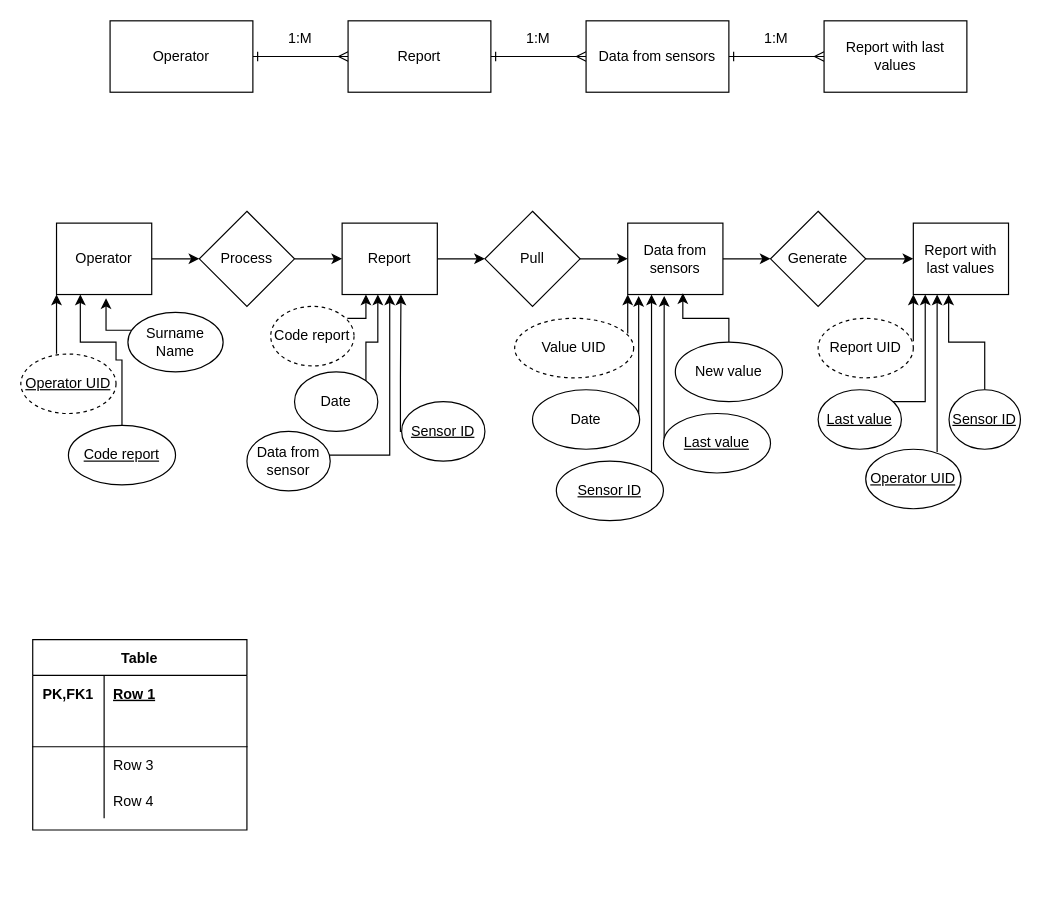
KrolikOVSky/Draw.io keeps this draw.io diagram as Lab3_CMT.drawio. Above is the earlier version. Source tidied: cells renumbered, new cells numbered last; positions are measured from the earlier drawing's top-left corner, leaving out a move shared by most shapes. Both pictures are drawn from the tidied source at 119%, with x=0, y=0 at pixel (20, 20).
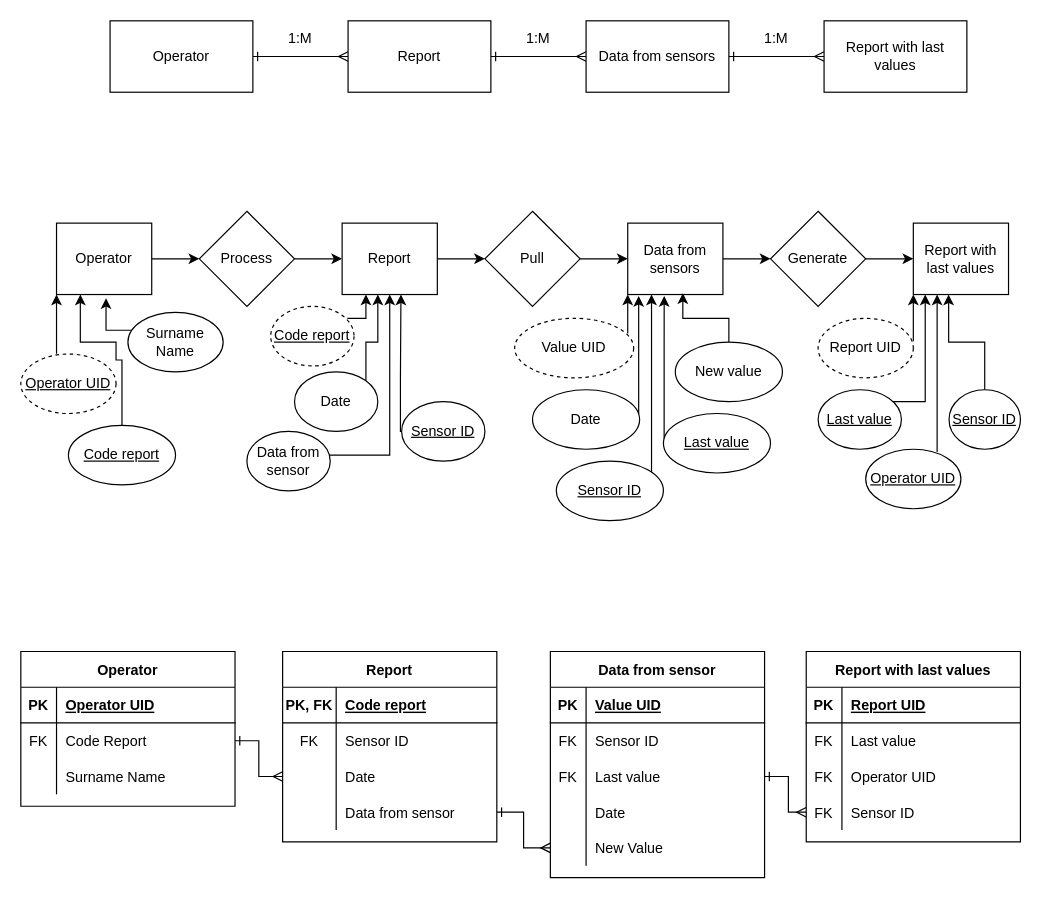
The same diagram, later.

Change to the diagram source:
```diff
@@
-    <mxCell id="29" value="Code report" style="ellipse;whiteSpace=wrap;html=1;dashed=1;strokeWidth=1;perimeterSpacing=1;" parent="1" vertex="1">
+    <mxCell id="29" value="Code report" style="ellipse;whiteSpace=wrap;html=1;dashed=1;strokeWidth=1;perimeterSpacing=1;fontStyle=4;" parent="1" vertex="1">
       <mxGeometry x="210" y="240" width="70" height="50" as="geometry" />
     </mxCell>
@@
-    <mxCell id="60" value="Table" style="shape=table;startSize=30;childLayout=tableLayout;rowLines=0;fontStyle=1;align=center;" parent="1" vertex="1">
-      <mxGeometry x="10" y="520" width="180" height="160" as="geometry" />
-    </mxCell>
-    <mxCell id="61" style="shape=partialRectangle;fillColor=none;top=0;left=0;bottom=0;right=0;" parent="60" vertex="1">
-      <mxGeometry y="30" width="180" height="30" as="geometry" />
-    </mxCell>
-    <mxCell id="62" value="PK,FK1" style="shape=partialRectangle;fillColor=none;top=0;left=0;bottom=0;right=0;fontStyle=1;overflow=hidden;" parent="61" vertex="1">
-      <mxGeometry width="60" height="30" as="geometry" />
-    </mxCell>
-    <mxCell id="63" value="Row 1" style="shape=partialRectangle;fillColor=none;top=0;left=0;bottom=0;right=0;align=left;spacingLeft=6;fontStyle=5;overflow=hidden;" parent="61" vertex="1">
-      <mxGeometry x="60" width="120" height="30" as="geometry" />
-    </mxCell>
-    <mxCell id="64" style="shape=partialRectangle;fillColor=none;top=0;left=0;bottom=1;right=0;" parent="60" vertex="1">
-      <mxGeometry y="60" width="180" height="30" as="geometry" />
-    </mxCell>
-    <mxCell id="65" style="shape=partialRectangle;fillColor=none;top=0;left=0;bottom=0;right=0;fontStyle=1;overflow=hidden;" parent="64" vertex="1">
-      <mxGeometry width="60" height="30" as="geometry" />
-    </mxCell>
-    <mxCell id="66" style="shape=partialRectangle;fillColor=none;top=0;left=0;bottom=0;right=0;align=left;spacingLeft=6;fontStyle=5;overflow=hidden;" parent="64" vertex="1">
-      <mxGeometry x="60" width="120" height="30" as="geometry" />
-    </mxCell>
-    <mxCell id="67" style="shape=partialRectangle;fillColor=none;top=0;left=0;bottom=0;right=0;" parent="60" vertex="1">
-      <mxGeometry y="90" width="180" height="30" as="geometry" />
-    </mxCell>
-    <mxCell id="68" style="shape=partialRectangle;fillColor=none;top=0;left=0;bottom=0;right=0;overflow=hidden;" parent="67" vertex="1">
-      <mxGeometry width="60" height="30" as="geometry" />
-    </mxCell>
-    <mxCell id="69" value="Row 3" style="shape=partialRectangle;fillColor=none;top=0;left=0;bottom=0;right=0;align=left;spacingLeft=6;overflow=hidden;" parent="67" vertex="1">
-      <mxGeometry x="60" width="120" height="30" as="geometry" />
-    </mxCell>
-    <mxCell id="70" style="shape=partialRectangle;fillColor=none;top=0;left=0;bottom=0;right=0;" parent="60" vertex="1">
-      <mxGeometry y="120" width="180" height="30" as="geometry" />
-    </mxCell>
-    <mxCell id="71" style="shape=partialRectangle;fillColor=none;top=0;left=0;bottom=0;right=0;overflow=hidden;" parent="70" vertex="1">
-      <mxGeometry width="60" height="30" as="geometry" />
-    </mxCell>
-    <mxCell id="72" value="Row 4" style="shape=partialRectangle;fillColor=none;top=0;left=0;bottom=0;right=0;align=left;spacingLeft=6;overflow=hidden;" parent="70" vertex="1">
-      <mxGeometry x="60" width="120" height="30" as="geometry" />
-    </mxCell>
+    <mxCell id="73" value="Operator" style="shape=table;startSize=30;childLayout=tableLayout;rowLines=0;fontStyle=1;align=center;" parent="1" vertex="1">
+      <mxGeometry y="530" width="180" height="130" as="geometry" />
+    </mxCell>
+    <mxCell id="74" style="shape=partialRectangle;fillColor=none;top=0;left=0;bottom=1;right=0;" parent="73" vertex="1">
+      <mxGeometry y="30" width="180" height="30" as="geometry" />
+    </mxCell>
+    <mxCell id="75" value="PK" style="shape=partialRectangle;fillColor=none;top=0;left=0;bottom=0;right=0;fontStyle=1;overflow=hidden;" parent="74" vertex="1">
+      <mxGeometry width="30" height="30" as="geometry" />
+    </mxCell>
+    <mxCell id="76" value="Operator UID" style="shape=partialRectangle;fillColor=none;top=0;left=0;bottom=0;right=0;align=left;spacingLeft=6;fontStyle=5;overflow=hidden;" parent="74" vertex="1">
+      <mxGeometry x="30" width="150" height="30" as="geometry" />
+    </mxCell>
+    <mxCell id="77" style="shape=partialRectangle;fillColor=none;top=0;left=0;bottom=0;right=0;points=[[0,0.5],[1,0.5]];portConstraint=eastwest;" parent="73" vertex="1">
+      <mxGeometry y="60" width="180" height="30" as="geometry" />
+    </mxCell>
+    <mxCell id="78" value="FK" style="shape=partialRectangle;fillColor=none;top=0;left=0;bottom=0;right=0;overflow=hidden;" parent="77" vertex="1">
+      <mxGeometry width="30" height="30" as="geometry" />
+    </mxCell>
+    <mxCell id="79" value="Code Report" style="shape=partialRectangle;fillColor=none;top=0;left=0;bottom=0;right=0;align=left;spacingLeft=6;overflow=hidden;" parent="77" vertex="1">
+      <mxGeometry x="30" width="150" height="30" as="geometry" />
+    </mxCell>
+    <mxCell id="80" style="shape=partialRectangle;fillColor=none;top=0;left=0;bottom=0;right=0;" parent="73" vertex="1">
+      <mxGeometry y="90" width="180" height="30" as="geometry" />
+    </mxCell>
+    <mxCell id="81" style="shape=partialRectangle;fillColor=none;top=0;left=0;bottom=0;right=0;overflow=hidden;" parent="80" vertex="1">
+      <mxGeometry width="30" height="30" as="geometry" />
+    </mxCell>
+    <mxCell id="82" value="Surname Name" style="shape=partialRectangle;fillColor=none;top=0;left=0;bottom=0;right=0;align=left;spacingLeft=6;overflow=hidden;" parent="80" vertex="1">
+      <mxGeometry x="30" width="150" height="30" as="geometry" />
+    </mxCell>
+    <mxCell id="83" value="Report" style="shape=table;startSize=30;childLayout=tableLayout;rowLines=0;fontStyle=1;align=center;" parent="1" vertex="1">
+      <mxGeometry x="220" y="530" width="180" height="160" as="geometry" />
+    </mxCell>
+    <mxCell id="84" style="shape=partialRectangle;fillColor=none;top=0;left=0;bottom=1;right=0;" parent="83" vertex="1">
+      <mxGeometry y="30" width="180" height="30" as="geometry" />
+    </mxCell>
+    <mxCell id="85" value="PK, FK" style="shape=partialRectangle;fillColor=none;top=0;left=0;bottom=0;right=0;fontStyle=1;overflow=hidden;" parent="84" vertex="1">
+      <mxGeometry width="45" height="30" as="geometry" />
+    </mxCell>
+    <mxCell id="86" value="Code report" style="shape=partialRectangle;fillColor=none;top=0;left=0;bottom=0;right=0;align=left;spacingLeft=6;fontStyle=5;overflow=hidden;" parent="84" vertex="1">
+      <mxGeometry x="45" width="135" height="30" as="geometry" />
+    </mxCell>
+    <mxCell id="87" style="shape=partialRectangle;fillColor=none;top=0;left=0;bottom=0;right=0;" parent="83" vertex="1">
+      <mxGeometry y="60" width="180" height="30" as="geometry" />
+    </mxCell>
+    <mxCell id="88" value="FK" style="shape=partialRectangle;fillColor=none;top=0;left=0;bottom=0;right=0;overflow=hidden;" parent="87" vertex="1">
+      <mxGeometry width="45" height="30" as="geometry" />
+    </mxCell>
+    <mxCell id="89" value="Sensor ID" style="shape=partialRectangle;fillColor=none;top=0;left=0;bottom=0;right=0;align=left;spacingLeft=6;overflow=hidden;" parent="87" vertex="1">
+      <mxGeometry x="45" width="135" height="30" as="geometry" />
+    </mxCell>
+    <mxCell id="90" style="shape=partialRectangle;fillColor=none;top=0;left=0;bottom=0;right=0;points=[[0,0.5],[1,0.5]];portConstraint=eastwest;" parent="83" vertex="1">
+      <mxGeometry y="90" width="180" height="30" as="geometry" />
+    </mxCell>
+    <mxCell id="91" style="shape=partialRectangle;fillColor=none;top=0;left=0;bottom=0;right=0;overflow=hidden;" parent="90" vertex="1">
+      <mxGeometry width="45" height="30" as="geometry" />
+    </mxCell>
+    <mxCell id="92" value="Date" style="shape=partialRectangle;fillColor=none;top=0;left=0;bottom=0;right=0;align=left;spacingLeft=6;overflow=hidden;" parent="90" vertex="1">
+      <mxGeometry x="45" width="135" height="30" as="geometry" />
+    </mxCell>
+    <mxCell id="93" style="shape=partialRectangle;fillColor=none;top=0;left=0;bottom=0;right=0;points=[[0,0.5],[1,0.5]];portConstraint=eastwest;" parent="83" vertex="1">
+      <mxGeometry y="120" width="180" height="30" as="geometry" />
+    </mxCell>
+    <mxCell id="94" style="shape=partialRectangle;fillColor=none;top=0;left=0;bottom=0;right=0;overflow=hidden;" parent="93" vertex="1">
+      <mxGeometry width="45" height="30" as="geometry" />
+    </mxCell>
+    <mxCell id="95" value="Data from sensor" style="shape=partialRectangle;fillColor=none;top=0;left=0;bottom=0;right=0;align=left;spacingLeft=6;overflow=hidden;" parent="93" vertex="1">
+      <mxGeometry x="45" width="135" height="30" as="geometry" />
+    </mxCell>
+    <mxCell id="96" value="Data from sensor" style="shape=table;startSize=30;childLayout=tableLayout;rowLines=0;fontStyle=1;align=center;" parent="1" vertex="1">
+      <mxGeometry x="445" y="530" width="180" height="190" as="geometry" />
+    </mxCell>
+    <mxCell id="97" style="shape=partialRectangle;fillColor=none;top=0;left=0;bottom=1;right=0;" parent="96" vertex="1">
+      <mxGeometry y="30" width="180" height="30" as="geometry" />
+    </mxCell>
+    <mxCell id="98" value="PK" style="shape=partialRectangle;fillColor=none;top=0;left=0;bottom=0;right=0;fontStyle=1;overflow=hidden;" parent="97" vertex="1">
+      <mxGeometry width="30" height="30" as="geometry" />
+    </mxCell>
+    <mxCell id="99" value="Value UID" style="shape=partialRectangle;fillColor=none;top=0;left=0;bottom=0;right=0;align=left;spacingLeft=6;fontStyle=5;overflow=hidden;" parent="97" vertex="1">
+      <mxGeometry x="30" width="150" height="30" as="geometry" />
+    </mxCell>
+    <mxCell id="100" style="shape=partialRectangle;fillColor=none;top=0;left=0;bottom=0;right=0;" parent="96" vertex="1">
+      <mxGeometry y="60" width="180" height="30" as="geometry" />
+    </mxCell>
+    <mxCell id="101" value="FK" style="shape=partialRectangle;fillColor=none;top=0;left=0;bottom=0;right=0;overflow=hidden;" parent="100" vertex="1">
+      <mxGeometry width="30" height="30" as="geometry" />
+    </mxCell>
+    <mxCell id="102" value="Sensor ID" style="shape=partialRectangle;fillColor=none;top=0;left=0;bottom=0;right=0;align=left;spacingLeft=6;overflow=hidden;" parent="100" vertex="1">
+      <mxGeometry x="30" width="150" height="30" as="geometry" />
+    </mxCell>
+    <mxCell id="103" style="shape=partialRectangle;fillColor=none;top=0;left=0;bottom=0;right=0;points=[[0,0.5],[1,0.5]];portConstraint=eastwest;" parent="96" vertex="1">
+      <mxGeometry y="90" width="180" height="30" as="geometry" />
+    </mxCell>
+    <mxCell id="104" value="FK" style="shape=partialRectangle;fillColor=none;top=0;left=0;bottom=0;right=0;overflow=hidden;" parent="103" vertex="1">
+      <mxGeometry width="30" height="30" as="geometry" />
+    </mxCell>
+    <mxCell id="105" value="Last value" style="shape=partialRectangle;fillColor=none;top=0;left=0;bottom=0;right=0;align=left;spacingLeft=6;overflow=hidden;" parent="103" vertex="1">
+      <mxGeometry x="30" width="150" height="30" as="geometry" />
+    </mxCell>
+    <mxCell id="106" style="shape=partialRectangle;fillColor=none;top=0;left=0;bottom=0;right=0;" parent="96" vertex="1">
+      <mxGeometry y="120" width="180" height="30" as="geometry" />
+    </mxCell>
+    <mxCell id="107" style="shape=partialRectangle;fillColor=none;top=0;left=0;bottom=0;right=0;overflow=hidden;" parent="106" vertex="1">
+      <mxGeometry width="30" height="30" as="geometry" />
+    </mxCell>
+    <mxCell id="108" value="Date" style="shape=partialRectangle;fillColor=none;top=0;left=0;bottom=0;right=0;align=left;spacingLeft=6;overflow=hidden;" parent="106" vertex="1">
+      <mxGeometry x="30" width="150" height="30" as="geometry" />
+    </mxCell>
+    <mxCell id="109" style="shape=partialRectangle;fillColor=none;top=0;left=0;bottom=0;right=0;points=[[0,0.5],[1,0.5]];portConstraint=eastwest;" parent="96" vertex="1">
+      <mxGeometry y="150" width="180" height="30" as="geometry" />
+    </mxCell>
+    <mxCell id="110" style="shape=partialRectangle;fillColor=none;top=0;left=0;bottom=0;right=0;overflow=hidden;" parent="109" vertex="1">
+      <mxGeometry width="30" height="30" as="geometry" />
+    </mxCell>
+    <mxCell id="111" value="New Value" style="shape=partialRectangle;fillColor=none;top=0;left=0;bottom=0;right=0;align=left;spacingLeft=6;overflow=hidden;" parent="109" vertex="1">
+      <mxGeometry x="30" width="150" height="30" as="geometry" />
+    </mxCell>
+    <mxCell id="112" value="Report with last values" style="shape=table;startSize=30;childLayout=tableLayout;rowLines=0;fontStyle=1;align=center;" parent="1" vertex="1">
+      <mxGeometry x="660" y="530" width="180" height="160" as="geometry" />
+    </mxCell>
+    <mxCell id="113" style="shape=partialRectangle;fillColor=none;top=0;left=0;bottom=1;right=0;" parent="112" vertex="1">
+      <mxGeometry y="30" width="180" height="30" as="geometry" />
+    </mxCell>
+    <mxCell id="114" value="PK" style="shape=partialRectangle;fillColor=none;top=0;left=0;bottom=0;right=0;fontStyle=1;overflow=hidden;" parent="113" vertex="1">
+      <mxGeometry width="30" height="30" as="geometry" />
+    </mxCell>
+    <mxCell id="115" value="Report UID" style="shape=partialRectangle;fillColor=none;top=0;left=0;bottom=0;right=0;align=left;spacingLeft=6;fontStyle=5;overflow=hidden;" parent="113" vertex="1">
+      <mxGeometry x="30" width="150" height="30" as="geometry" />
+    </mxCell>
+    <mxCell id="116" style="shape=partialRectangle;fillColor=none;top=0;left=0;bottom=0;right=0;" parent="112" vertex="1">
+      <mxGeometry y="60" width="180" height="30" as="geometry" />
+    </mxCell>
+    <mxCell id="117" value="FK" style="shape=partialRectangle;fillColor=none;top=0;left=0;bottom=0;right=0;overflow=hidden;" parent="116" vertex="1">
+      <mxGeometry width="30" height="30" as="geometry" />
+    </mxCell>
+    <mxCell id="118" value="Last value" style="shape=partialRectangle;fillColor=none;top=0;left=0;bottom=0;right=0;align=left;spacingLeft=6;overflow=hidden;" parent="116" vertex="1">
+      <mxGeometry x="30" width="150" height="30" as="geometry" />
+    </mxCell>
+    <mxCell id="119" style="shape=partialRectangle;fillColor=none;top=0;left=0;bottom=0;right=0;" parent="112" vertex="1">
+      <mxGeometry y="90" width="180" height="30" as="geometry" />
+    </mxCell>
+    <mxCell id="120" value="FK" style="shape=partialRectangle;fillColor=none;top=0;left=0;bottom=0;right=0;overflow=hidden;" parent="119" vertex="1">
+      <mxGeometry width="30" height="30" as="geometry" />
+    </mxCell>
+    <mxCell id="121" value="Operator UID" style="shape=partialRectangle;fillColor=none;top=0;left=0;bottom=0;right=0;align=left;spacingLeft=6;overflow=hidden;" parent="119" vertex="1">
+      <mxGeometry x="30" width="150" height="30" as="geometry" />
+    </mxCell>
+    <mxCell id="122" style="shape=partialRectangle;fillColor=none;top=0;left=0;bottom=0;right=0;points=[[0,0.5],[1,0.5]];portConstraint=eastwest;" parent="112" vertex="1">
+      <mxGeometry y="120" width="180" height="30" as="geometry" />
+    </mxCell>
+    <mxCell id="123" value="FK" style="shape=partialRectangle;fillColor=none;top=0;left=0;bottom=0;right=0;overflow=hidden;" parent="122" vertex="1">
+      <mxGeometry width="30" height="30" as="geometry" />
+    </mxCell>
+    <mxCell id="124" value="Sensor ID" style="shape=partialRectangle;fillColor=none;top=0;left=0;bottom=0;right=0;align=left;spacingLeft=6;overflow=hidden;" parent="122" vertex="1">
+      <mxGeometry x="30" width="150" height="30" as="geometry" />
+    </mxCell>
+    <mxCell id="125" style="edgeStyle=orthogonalEdgeStyle;rounded=0;jettySize=auto;html=1;startArrow=ERone;startFill=0;endArrow=ERmany;endFill=0;strokeColor=default;" parent="1" edge="1" source="77" target="90">
+      <mxGeometry relative="1" as="geometry" />
+    </mxCell>
+    <mxCell id="126" style="edgeStyle=orthogonalEdgeStyle;rounded=0;jettySize=auto;html=1;startArrow=ERone;startFill=0;endArrow=ERmany;endFill=0;strokeColor=default;" parent="1" edge="1" source="93" target="109">
+      <mxGeometry relative="1" as="geometry" />
+    </mxCell>
+    <mxCell id="127" style="edgeStyle=orthogonalEdgeStyle;rounded=0;jettySize=auto;html=1;startArrow=ERone;startFill=0;endArrow=ERmany;endFill=0;strokeColor=default;" parent="1" edge="1" source="103" target="122">
+      <mxGeometry relative="1" as="geometry" />
+    </mxCell>
```
